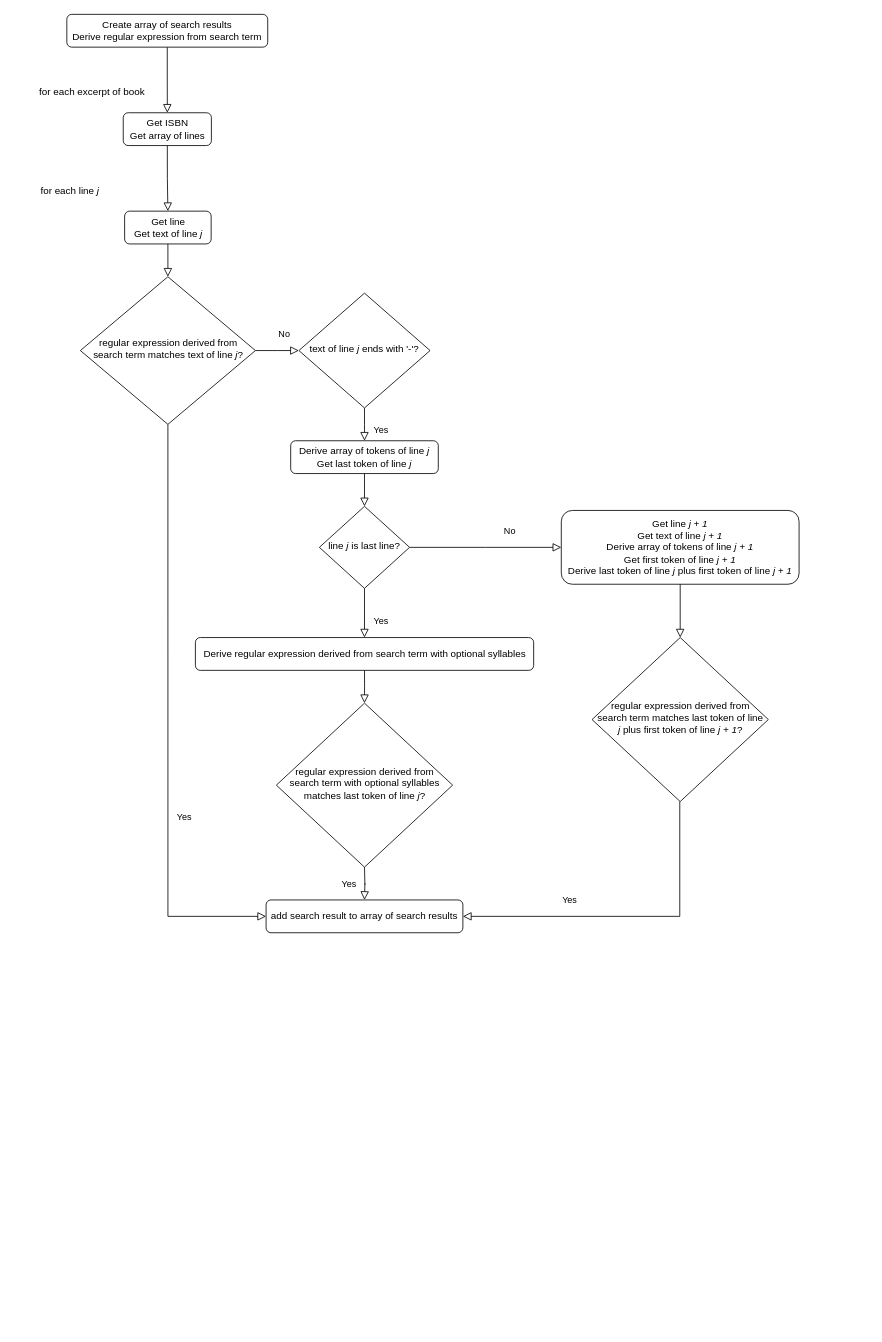
Before: Flow_Chart_For_findSearchTermInBooks.drawio in tslever/usdc-find-search-term-in-books, a draw.io diagram. Source tidied: cells renumbered, new cells numbered last; positions are measured from the earlier drawing's top-left corner, leaving out a move shared by most shapes. Both pictures are drawn from the tidied source at 82%, with x=0, y=0 at pixel (36, 14).
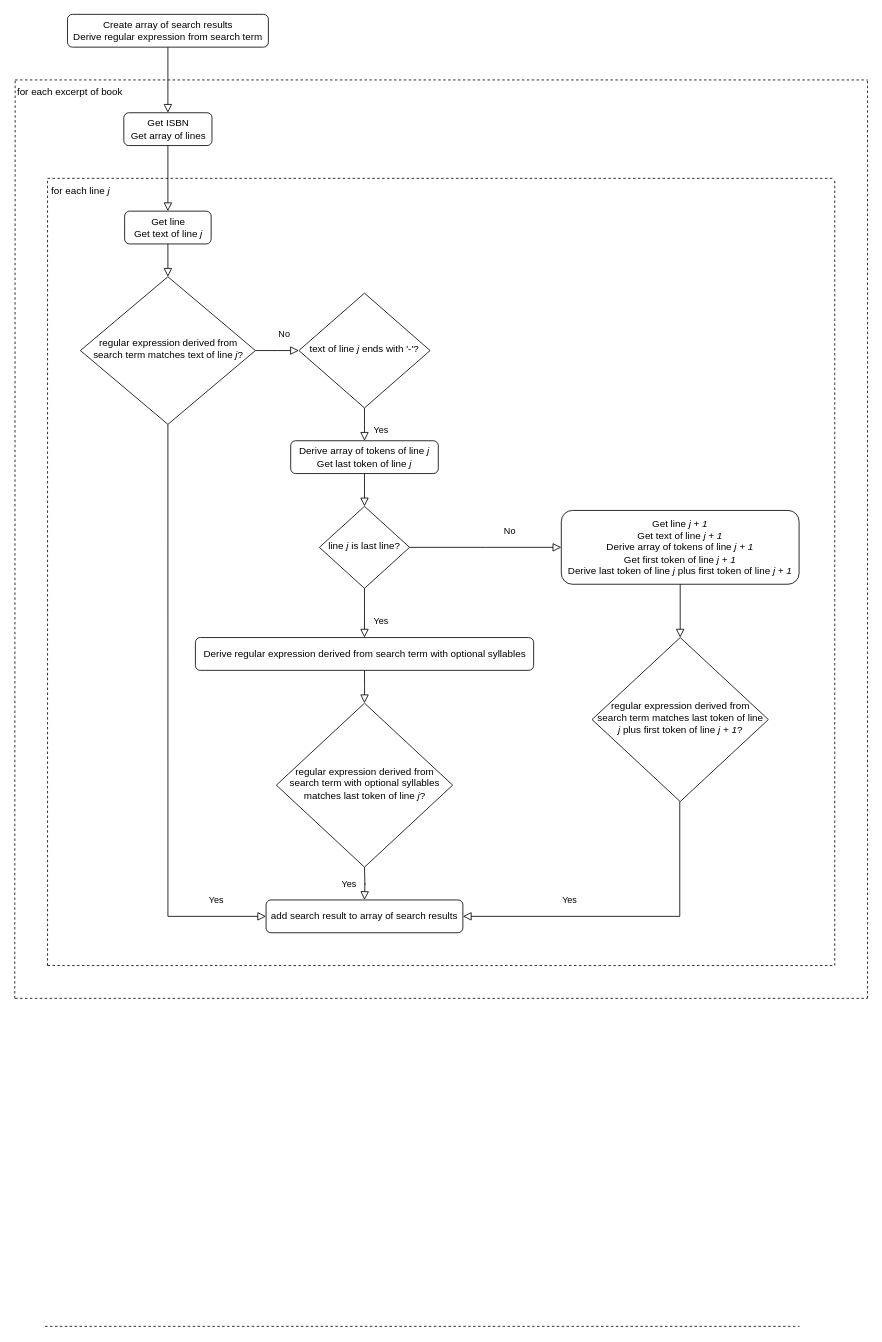
Above is the later version.

Commit message:
Added dashed rectangles around loops

The change refers to these unchanged cells:
```xml
<mxCell id="11" value="regular expression derived from search term matches text of line &lt;i&gt;j&lt;/i&gt;?" style="rhombus;whiteSpace=wrap;html=1;shadow=0;fontFamily=Helvetica;fontSize=12;align=center;strokeWidth=1;spacing=6;spacingTop=-4;" parent="1" vertex="1">
  <mxGeometry x="53.5" y="320" width="213.5" height="180" as="geometry" />
</mxCell>
<mxCell id="24" value="add search result to array of search results" style="rounded=1;whiteSpace=wrap;html=1;fontSize=12;glass=0;strokeWidth=1;shadow=0;" parent="1" vertex="1">
  <mxGeometry x="280" y="1080" width="240" height="40" as="geometry" />
</mxCell>
```

Diff of the diagram source:
```diff
@@
     <mxCell id="3" value="Create array of search results&lt;br&gt;Derive regular expression from search term" style="rounded=1;whiteSpace=wrap;html=1;fontSize=12;glass=0;strokeWidth=1;shadow=0;" parent="1" vertex="1">
-      <mxGeometry x="37" width="245" height="40" as="geometry" />
+      <mxGeometry x="37.8" width="245" height="40" as="geometry" />
     </mxCell>
     <mxCell id="4" value="Yes" style="rounded=0;html=1;jettySize=auto;fontSize=11;endArrow=block;endFill=0;endSize=8;strokeWidth=1;shadow=0;labelBackgroundColor=none;edgeStyle=orthogonalEdgeStyle;exitX=0.5;exitY=1;exitDx=0;exitDy=0;entryX=0;entryY=0.5;entryDx=0;entryDy=0;" parent="1" edge="1" source="11" target="24">
-      <mxGeometry x="0.33" y="20" relative="1" as="geometry" />
+      <mxGeometry x="0.83" y="20" relative="1" as="geometry" />
     </mxCell>
@@
     <mxCell id="6" value="for each excerpt of book" style="text;html=1;strokeColor=none;fillColor=none;align=center;verticalAlign=middle;whiteSpace=wrap;rounded=0;" parent="1" vertex="1">
-      <mxGeometry x="0.5" y="80" width="133.6" height="30" as="geometry" />
+      <mxGeometry x="-26" y="80" width="133.6" height="30" as="geometry" />
     </mxCell>
     <mxCell id="7" value="Get ISBN&lt;br&gt;Get array of lines" style="rounded=1;whiteSpace=wrap;html=1;fontSize=12;glass=0;strokeWidth=1;shadow=0;" parent="1" vertex="1">
-      <mxGeometry x="105.8" y="120" width="107.5" height="40" as="geometry" />
+      <mxGeometry x="106.5" y="120" width="107.5" height="40" as="geometry" />
     </mxCell>
@@
     <mxCell id="9" value="for each line &lt;i&gt;j&lt;/i&gt;" style="text;html=1;strokeColor=none;fillColor=none;align=center;verticalAlign=middle;whiteSpace=wrap;rounded=0;" parent="1" vertex="1">
-      <mxGeometry x="0.5" y="200" width="79.5" height="30" as="geometry" />
+      <mxGeometry x="13.5" y="200" width="79.5" height="30" as="geometry" />
     </mxCell>
@@
+    <mxCell id="29" style="endArrow=none;dashed=1;html=1;rounded=0;exitX=0;exitY=0;exitDx=0;exitDy=0;" parent="1" edge="1" source="6">
+      <mxGeometry relative="1" as="geometry">
+        <mxPoint x="1013.5" y="80" as="targetPoint" />
+      </mxGeometry>
+    </mxCell>
+    <mxCell id="30" style="endArrow=none;dashed=1;html=1;rounded=0;exitX=0;exitY=0;exitDx=0;exitDy=0;" parent="1" edge="1">
+      <mxGeometry relative="1" as="geometry">
+        <mxPoint x="-26" y="1200" as="sourcePoint" />
+        <mxPoint x="1013.5" y="1200" as="targetPoint" />
+      </mxGeometry>
+    </mxCell>
+    <mxCell id="31" style="endArrow=none;dashed=1;html=1;rounded=0;entryX=0;entryY=0;entryDx=0;entryDy=0;" parent="1" edge="1" target="6">
+      <mxGeometry relative="1" as="geometry">
+        <mxPoint x="-26.5" y="1200" as="sourcePoint" />
+      </mxGeometry>
+    </mxCell>
+    <mxCell id="32" style="endArrow=none;dashed=1;html=1;rounded=0;entryX=0;entryY=0;entryDx=0;entryDy=0;" parent="1" edge="1">
+      <mxGeometry relative="1" as="geometry">
+        <mxPoint x="1013.5" y="1200" as="sourcePoint" />
+        <mxPoint x="1013.5" y="80" as="targetPoint" />
+      </mxGeometry>
+    </mxCell>
+    <mxCell id="33" style="endArrow=none;dashed=1;html=1;rounded=0;exitX=0;exitY=0;exitDx=0;exitDy=0;" parent="1" edge="1">
+      <mxGeometry relative="1" as="geometry">
+        <mxPoint x="13.5" y="200" as="sourcePoint" />
+        <mxPoint x="973.5" y="200" as="targetPoint" />
+      </mxGeometry>
+    </mxCell>
+    <mxCell id="34" style="endArrow=none;dashed=1;html=1;rounded=0;exitX=0;exitY=0;exitDx=0;exitDy=0;" parent="1" edge="1">
+      <mxGeometry relative="1" as="geometry">
+        <mxPoint x="10.5" y="1600" as="sourcePoint" />
+        <mxPoint x="930.5" y="1600" as="targetPoint" />
+      </mxGeometry>
+    </mxCell>
+    <mxCell id="35" style="endArrow=none;dashed=1;html=1;rounded=0;exitX=0;exitY=0;exitDx=0;exitDy=0;" parent="1" edge="1">
+      <mxGeometry relative="1" as="geometry">
+        <mxPoint x="13.5" y="1160" as="sourcePoint" />
+        <mxPoint x="973.5" y="1160" as="targetPoint" />
+      </mxGeometry>
+    </mxCell>
+    <mxCell id="36" style="endArrow=none;dashed=1;html=1;rounded=0;entryX=0;entryY=0;entryDx=0;entryDy=0;" parent="1" edge="1" target="9">
+      <mxGeometry relative="1" as="geometry">
+        <mxPoint x="13.5" y="1160" as="sourcePoint" />
+      </mxGeometry>
+    </mxCell>
+    <mxCell id="37" style="endArrow=none;dashed=1;html=1;rounded=0;entryX=0;entryY=0;entryDx=0;entryDy=0;" parent="1" edge="1">
+      <mxGeometry relative="1" as="geometry">
+        <mxPoint x="973.5" y="1160" as="sourcePoint" />
+        <mxPoint x="973.5" y="200" as="targetPoint" />
+      </mxGeometry>
+    </mxCell>
```
